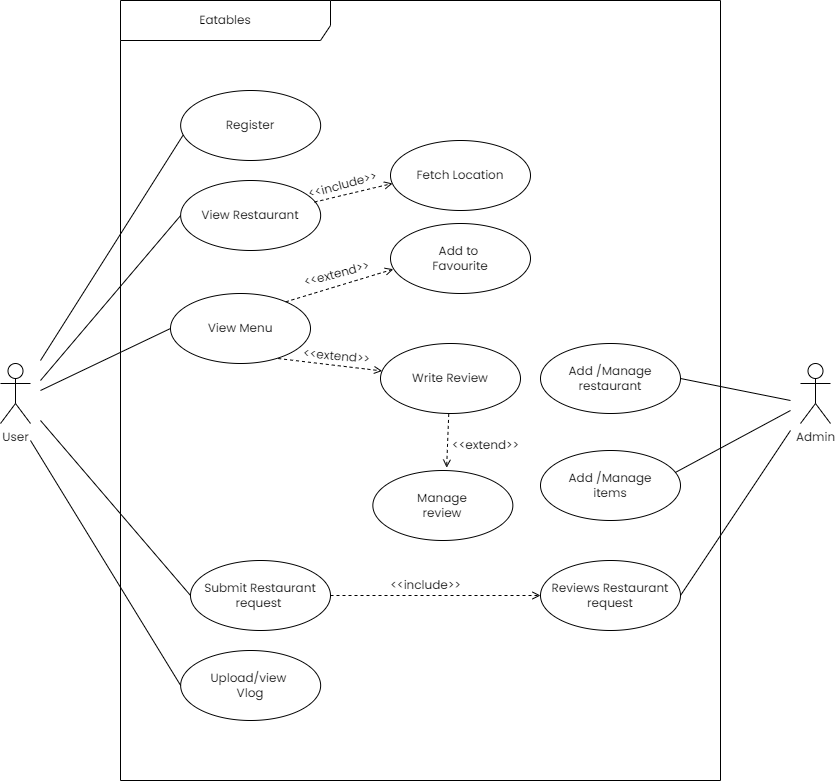
Above: docs/FINAL DOCUMENTATION/UML DIAGRAMS/USECASE/usecase.drawio.png in darshan-dinesh-mp/eatables (draw.io), before the change. Source tidied: cells renumbered, new cells last; positions are measured from the earlier drawing's top-left corner, leaving out a move shared by most shapes.
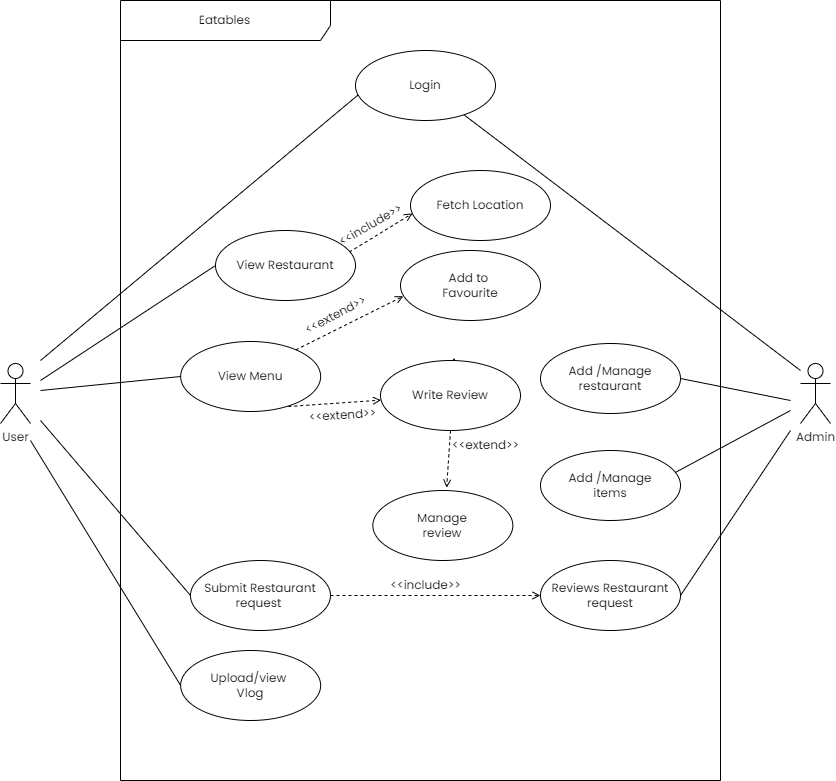
After the commit.

Change to the diagram source:
```diff
@@ -8,17 +8,14 @@
     <mxCell id="3" value="Admin" style="shape=umlActor;verticalLabelPosition=bottom;verticalAlign=top;html=1;fontFamily=Poppins;fontSource=https%3A%2F%2Ffonts.googleapis.com%2Fcss%3Ffamily%3DPoppins;" parent="1" vertex="1">
       <mxGeometry x="800" y="363" width="30" height="60" as="geometry" />
     </mxCell>
-    <mxCell id="4" value="View Restaurant" style="ellipse;whiteSpace=wrap;html=1;fontFamily=Poppins;fontSource=https%3A%2F%2Ffonts.googleapis.com%2Fcss%3Ffamily%3DPoppins;" parent="1" vertex="1">
-      <mxGeometry x="180.2" y="180" width="140" height="70" as="geometry" />
-    </mxCell>
     <mxCell id="5" value="View Menu" style="ellipse;whiteSpace=wrap;html=1;fontFamily=Poppins;fontSource=https%3A%2F%2Ffonts.googleapis.com%2Fcss%3Ffamily%3DPoppins;" parent="1" vertex="1">
-      <mxGeometry x="170" y="293" width="140" height="70" as="geometry" />
+      <mxGeometry x="180.2" y="341" width="140" height="70" as="geometry" />
     </mxCell>
     <mxCell id="6" value="Upload/view&amp;nbsp;&lt;br&gt;Vlog" style="ellipse;whiteSpace=wrap;html=1;fontFamily=Poppins;fontSource=https%3A%2F%2Ffonts.googleapis.com%2Fcss%3Ffamily%3DPoppins;" parent="1" vertex="1">
       <mxGeometry x="180.2" y="650" width="140" height="70" as="geometry" />
     </mxCell>
     <mxCell id="7" value="Fetch Location" style="ellipse;whiteSpace=wrap;html=1;fontFamily=Poppins;fontSource=https%3A%2F%2Ffonts.googleapis.com%2Fcss%3Ffamily%3DPoppins;" parent="1" vertex="1">
-      <mxGeometry x="390" y="140" width="140" height="70" as="geometry" />
+      <mxGeometry x="410" y="170" width="140" height="70" as="geometry" />
     </mxCell>
     <mxCell id="8" value="Add /Manage&lt;br style=&quot;border-color: var(--border-color);&quot;&gt;restaurant" style="ellipse;whiteSpace=wrap;html=1;fontFamily=Poppins;fontSource=https%3A%2F%2Ffonts.googleapis.com%2Fcss%3Ffamily%3DPoppins;" parent="1" vertex="1">
       <mxGeometry x="540" y="343" width="140" height="70" as="geometry" />
@@ -46,8 +43,8 @@
     <mxCell id="13" style="html=1;verticalAlign=bottom;labelBackgroundColor=none;endArrow=open;endFill=0;dashed=1;rounded=0;exitX=0.956;exitY=0.308;exitDx=0;exitDy=0;exitPerimeter=0;entryX=0.014;entryY=0.614;entryDx=0;entryDy=0;entryPerimeter=0;fontFamily=Poppins;fontSource=https%3A%2F%2Ffonts.googleapis.com%2Fcss%3Ffamily%3DPoppins;" parent="1" edge="1" source="4" target="7">
       <mxGeometry relative="1" as="geometry" />
     </mxCell>
-    <mxCell id="14" value="&amp;lt;&amp;lt;include&amp;gt;&amp;gt;" style="text;html=1;align=center;verticalAlign=middle;strokeColor=none;fillColor=none;rotation=-15;fontFamily=Poppins;fontSource=https%3A%2F%2Ffonts.googleapis.com%2Fcss%3Ffamily%3DPoppins;" parent="1" vertex="1">
-      <mxGeometry x="297.1" y="170" width="90" height="30" as="geometry" />
+    <mxCell id="14" value="&amp;lt;&amp;lt;include&amp;gt;&amp;gt;" style="text;html=1;align=center;verticalAlign=middle;strokeColor=none;fillColor=none;rotation=-30.099999999999994;fontFamily=Poppins;fontSource=https%3A%2F%2Ffonts.googleapis.com%2Fcss%3Ffamily%3DPoppins;" parent="1" vertex="1">
+      <mxGeometry x="325" y="210" width="90" height="30" as="geometry" />
     </mxCell>
     <mxCell id="15" style="endArrow=none;html=1;rounded=0;exitX=1;exitY=0.5;exitDx=0;exitDy=0;fontFamily=Poppins;fontSource=https%3A%2F%2Ffonts.googleapis.com%2Fcss%3Ffamily%3DPoppins;" parent="1" edge="1" source="8">
       <mxGeometry relative="1" as="geometry">
@@ -62,8 +59,13 @@
         </Array>
       </mxGeometry>
     </mxCell>
+    <mxCell id="36" style="rounded=0;jettySize=auto;html=1;endArrow=none;endFill=0;" parent="1" edge="1" source="17">
+      <mxGeometry relative="1" as="geometry">
+        <mxPoint x="800" y="370" as="targetPoint" />
+      </mxGeometry>
+    </mxCell>
-    <mxCell id="17" value="Register" style="ellipse;whiteSpace=wrap;html=1;fontFamily=Poppins;fontSource=https%3A%2F%2Ffonts.googleapis.com%2Fcss%3Ffamily%3DPoppins;" parent="1" vertex="1">
-      <mxGeometry x="180.2" y="90" width="140" height="70" as="geometry" />
+    <mxCell id="17" value="Login" style="ellipse;whiteSpace=wrap;html=1;fontFamily=Poppins;fontSource=https%3A%2F%2Ffonts.googleapis.com%2Fcss%3Ffamily%3DPoppins;" parent="1" vertex="1">
+      <mxGeometry x="355" y="50" width="140" height="70" as="geometry" />
     </mxCell>
     <mxCell id="18" style="endArrow=none;html=1;rounded=0;entryX=0.018;entryY=0.636;entryDx=0;entryDy=0;entryPerimeter=0;fontFamily=Poppins;fontSource=https%3A%2F%2Ffonts.googleapis.com%2Fcss%3Ffamily%3DPoppins;" parent="1" edge="1" target="17">
       <mxGeometry relative="1" as="geometry">
@@ -94,36 +96,39 @@
       <mxGeometry x="190" y="560" width="140" height="70" as="geometry" />
     </mxCell>
     <mxCell id="26" value="Manage &lt;br&gt;review" style="ellipse;whiteSpace=wrap;html=1;fontFamily=Poppins;fontSource=https%3A%2F%2Ffonts.googleapis.com%2Fcss%3Ffamily%3DPoppins;" parent="1" vertex="1">
-      <mxGeometry x="372.4" y="470" width="140" height="70" as="geometry" />
+      <mxGeometry x="372.4" y="490" width="140" height="70" as="geometry" />
     </mxCell>
-    <mxCell id="27" value="Write Review" style="ellipse;whiteSpace=wrap;html=1;fontFamily=Poppins;fontSource=https%3A%2F%2Ffonts.googleapis.com%2Fcss%3Ffamily%3DPoppins;" parent="1" vertex="1">
-      <mxGeometry x="380" y="343" width="140" height="70" as="geometry" />
-    </mxCell>
     <mxCell id="28" value="Add /Manage&lt;br&gt;items" style="ellipse;whiteSpace=wrap;html=1;fontFamily=Poppins;fontSource=https%3A%2F%2Ffonts.googleapis.com%2Fcss%3Ffamily%3DPoppins;" parent="1" vertex="1">
       <mxGeometry x="540" y="450" width="140" height="70" as="geometry" />
     </mxCell>
     <mxCell id="29" value="Add to&amp;nbsp;&lt;br&gt;Favourite" style="ellipse;whiteSpace=wrap;html=1;fontFamily=Poppins;fontSource=https%3A%2F%2Ffonts.googleapis.com%2Fcss%3Ffamily%3DPoppins;" parent="1" vertex="1">
-      <mxGeometry x="390" y="223" width="140" height="70" as="geometry" />
+      <mxGeometry x="400" y="250" width="140" height="70" as="geometry" />
     </mxCell>
-    <mxCell id="30" style="group;rotation=0;" parent="1" vertex="1">
-      <mxGeometry x="287.6" y="250" width="84.7" height="40.3" as="geometry" />
-    </mxCell>
-    <mxCell id="31" value="&amp;lt;&amp;lt;extend&amp;gt;&amp;gt;" style="text;html=1;align=center;verticalAlign=middle;strokeColor=none;fillColor=none;rotation=-15;fontFamily=Poppins;fontSource=https%3A%2F%2Ffonts.googleapis.com%2Fcss%3Ffamily%3DPoppins;" parent="30" vertex="1">
-      <mxGeometry x="3" y="9" width="90" height="30" as="geometry" />
-    </mxCell>
     <mxCell id="32" style="html=1;verticalAlign=bottom;labelBackgroundColor=none;endArrow=open;endFill=0;dashed=1;rounded=0;entryX=0.02;entryY=0.653;entryDx=0;entryDy=0;entryPerimeter=0;exitX=0.823;exitY=0.119;exitDx=0;exitDy=0;fontFamily=Poppins;fontSource=https%3A%2F%2Ffonts.googleapis.com%2Fcss%3Ffamily%3DPoppins;exitPerimeter=0;" parent="1" edge="1" source="5" target="29">
       <mxGeometry relative="1" as="geometry" />
     </mxCell>
-    <mxCell id="33" value="&amp;lt;&amp;lt;extend&amp;gt;&amp;gt;" style="text;html=1;align=center;verticalAlign=middle;strokeColor=none;fillColor=none;rotation=5;fontFamily=Poppins;fontSource=https%3A%2F%2Ffonts.googleapis.com%2Fcss%3Ffamily%3DPoppins;" parent="1" vertex="1">
-      <mxGeometry x="291.1" y="341" width="90" height="30" as="geometry" />
+    <mxCell id="33" value="&amp;lt;&amp;lt;extend&amp;gt;&amp;gt;" style="text;html=1;align=center;verticalAlign=middle;strokeColor=none;fillColor=none;rotation=-3.8;fontFamily=Poppins;fontSource=https%3A%2F%2Ffonts.googleapis.com%2Fcss%3Ffamily%3DPoppins;" parent="1" vertex="1">
+      <mxGeometry x="297.1" y="400" width="90" height="30" as="geometry" />
     </mxCell>
     <mxCell id="34" value="&amp;lt;&amp;lt;extend&amp;gt;&amp;gt;" style="text;html=1;align=center;verticalAlign=middle;strokeColor=none;fillColor=none;rotation=0;fontFamily=Poppins;fontSource=https%3A%2F%2Ffonts.googleapis.com%2Fcss%3Ffamily%3DPoppins;" parent="1" vertex="1">
       <mxGeometry x="440" y="430" width="90" height="30" as="geometry" />
     </mxCell>
-    <mxCell id="35" style="html=1;verticalAlign=bottom;labelBackgroundColor=none;endArrow=open;endFill=0;dashed=1;rounded=0;exitX=0.5;exitY=1;exitDx=0;exitDy=0;fontFamily=Poppins;fontSource=https%3A%2F%2Ffonts.googleapis.com%2Fcss%3Ffamily%3DPoppins;entryX=0.527;entryY=-0.04;entryDx=0;entryDy=0;entryPerimeter=0;" parent="1" edge="1" target="26">
-      <mxGeometry relative="1" as="geometry">
-        <mxPoint x="448.2" y="413.4" as="sourcePoint" />
-      </mxGeometry>
+    <mxCell id="35" style="html=1;verticalAlign=bottom;labelBackgroundColor=none;endArrow=open;endFill=0;dashed=1;rounded=0;exitX=0.5;exitY=1;exitDx=0;exitDy=0;fontFamily=Poppins;fontSource=https%3A%2F%2Ffonts.googleapis.com%2Fcss%3Ffamily%3DPoppins;entryX=0.527;entryY=-0.04;entryDx=0;entryDy=0;entryPerimeter=0;" parent="1" edge="1" source="27" target="26">
+      <mxGeometry relative="1" as="geometry" />
     </mxCell>
+    <mxCell id="37" style="html=1;verticalAlign=bottom;labelBackgroundColor=none;endArrow=open;endFill=0;dashed=1;rounded=0;exitX=0.5;exitY=1;exitDx=0;exitDy=0;fontFamily=Poppins;fontSource=https%3A%2F%2Ffonts.googleapis.com%2Fcss%3Ffamily%3DPoppins;entryX=0.527;entryY=-0.04;entryDx=0;entryDy=0;entryPerimeter=0;" parent="1" edge="1" target="27">
+      <mxGeometry relative="1" as="geometry">
+        <mxPoint x="448.2" y="413.4" as="sourcePoint" />
+      </mxGeometry>
+    </mxCell>
+    <mxCell id="27" value="Write Review" style="ellipse;whiteSpace=wrap;html=1;fontFamily=Poppins;fontSource=https%3A%2F%2Ffonts.googleapis.com%2Fcss%3Ffamily%3DPoppins;" parent="1" vertex="1">
+      <mxGeometry x="380" y="360" width="140" height="70" as="geometry" />
+    </mxCell>
+    <mxCell id="31" value="&amp;lt;&amp;lt;extend&amp;gt;&amp;gt;" style="text;html=1;align=center;verticalAlign=middle;strokeColor=none;fillColor=none;rotation=-28;fontFamily=Poppins;fontSource=https%3A%2F%2Ffonts.googleapis.com%2Fcss%3Ffamily%3DPoppins;" parent="1" vertex="1">
+      <mxGeometry x="290" y="300" width="90" height="30" as="geometry" />
+    </mxCell>
+    <mxCell id="4" value="View Restaurant" style="ellipse;whiteSpace=wrap;html=1;fontFamily=Poppins;fontSource=https%3A%2F%2Ffonts.googleapis.com%2Fcss%3Ffamily%3DPoppins;" parent="1" vertex="1">
+      <mxGeometry x="215" y="230" width="140" height="70" as="geometry" />
+    </mxCell>
   </root>
 </mxGraphModel>
```
